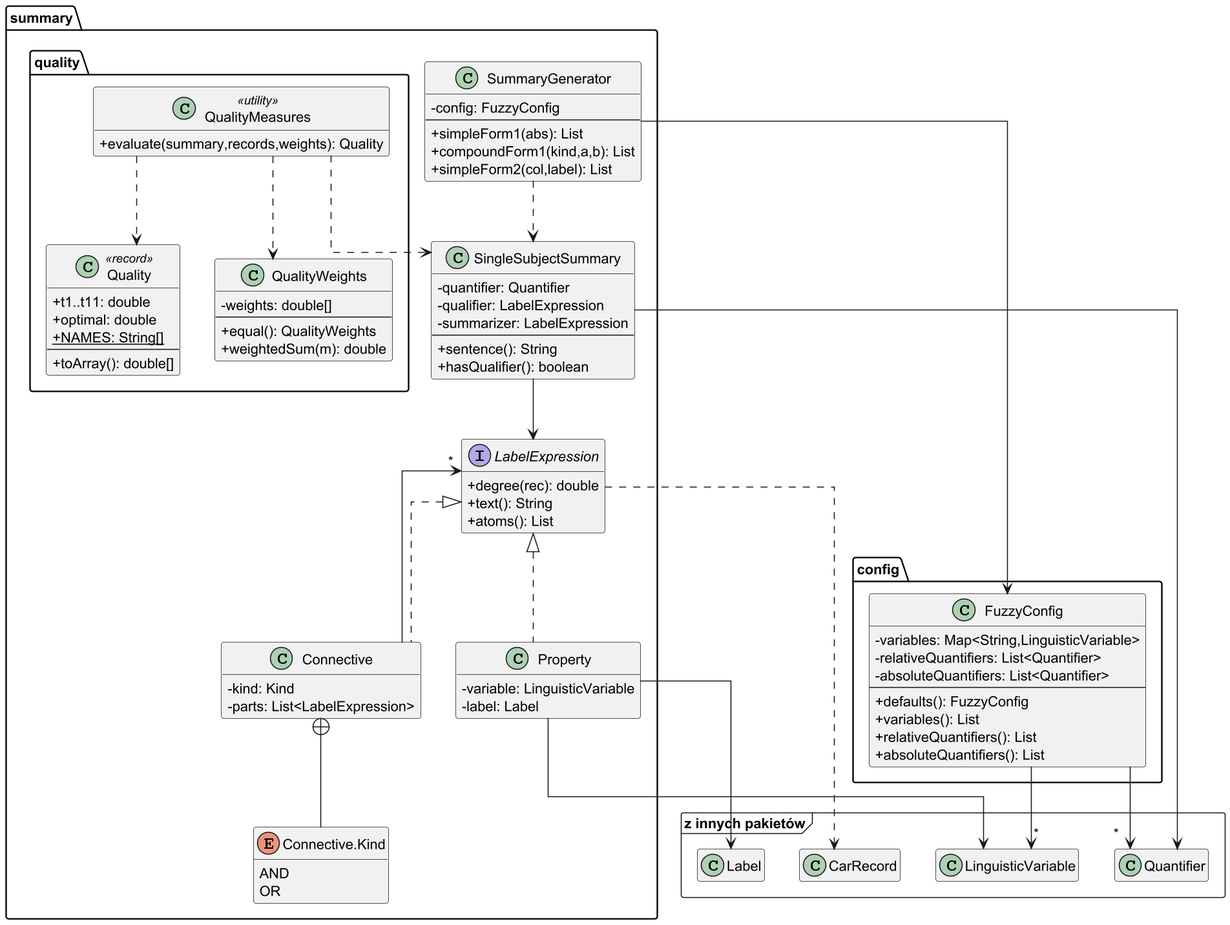
This is sprawozdanie/plots/uml_summary.png from MateuszKosowski/linguistic-summaries, a PlantUML export, as it was before one commit. Its diagram source:
```plantuml
@startuml uml_summary
skinparam dpi 150
skinparam linetype ortho
skinparam classAttributeIconSize 0
hide empty members

package "«z innych pakietów»" <<Frame>> {
  class LinguisticVariable
  class Label
  class Quantifier
  class CarRecord
}

package "config" {
  class FuzzyConfig {
    -variables: Map<String,LinguisticVariable>
    -relativeQuantifiers: List<Quantifier>
    -absoluteQuantifiers: List<Quantifier>
    --
    +defaults(): FuzzyConfig
    +variables(): List
    +relativeQuantifiers(): List
    +absoluteQuantifiers(): List
  }
}

package "summary" {
  interface LabelExpression {
    +degree(rec): double
    +text(): String
    +atoms(): List
  }
  class Property {
    -variable: LinguisticVariable
    -label: Label
  }
  enum "Connective.Kind" as ConnectiveKind {
    AND
    OR
  }
  class Connective {
    -kind: Kind
    -parts: List<LabelExpression>
  }
  class SingleSubjectSummary {
    -quantifier: Quantifier
    -qualifier: LabelExpression
    -summarizer: LabelExpression
    --
    +sentence(): String
    +hasQualifier(): boolean
  }
  class SummaryGenerator {
    -config: FuzzyConfig
    --
    +simpleForm1(abs): List
    +compoundForm1(kind,a,b): List
    +simpleForm2(col,label): List
  }
}

package "summary.quality" {
  class QualityMeasures <<utility>> {
    +evaluate(summary,records,weights): Quality
  }
  class Quality <<record>> {
    +t1..t11: double
    +optimal: double
    {static}+NAMES: String[]
    --
    +toArray(): double[]
  }
  class QualityWeights {
    -weights: double[]
    --
    +equal(): QualityWeights
    +weightedSum(m): double
  }
}

Connective +-- ConnectiveKind
LabelExpression <|.. Property
LabelExpression <|.. Connective
Property --> LinguisticVariable
Property --> Label
Connective --> "*" LabelExpression
SingleSubjectSummary --> Quantifier
SingleSubjectSummary --> LabelExpression
SummaryGenerator --> FuzzyConfig
SummaryGenerator ..> SingleSubjectSummary
FuzzyConfig --> "*" LinguisticVariable
FuzzyConfig --> "*" Quantifier
QualityMeasures ..> SingleSubjectSummary
QualityMeasures ..> Quality
QualityMeasures ..> QualityWeights
LabelExpression ..> CarRecord
@enduml
```
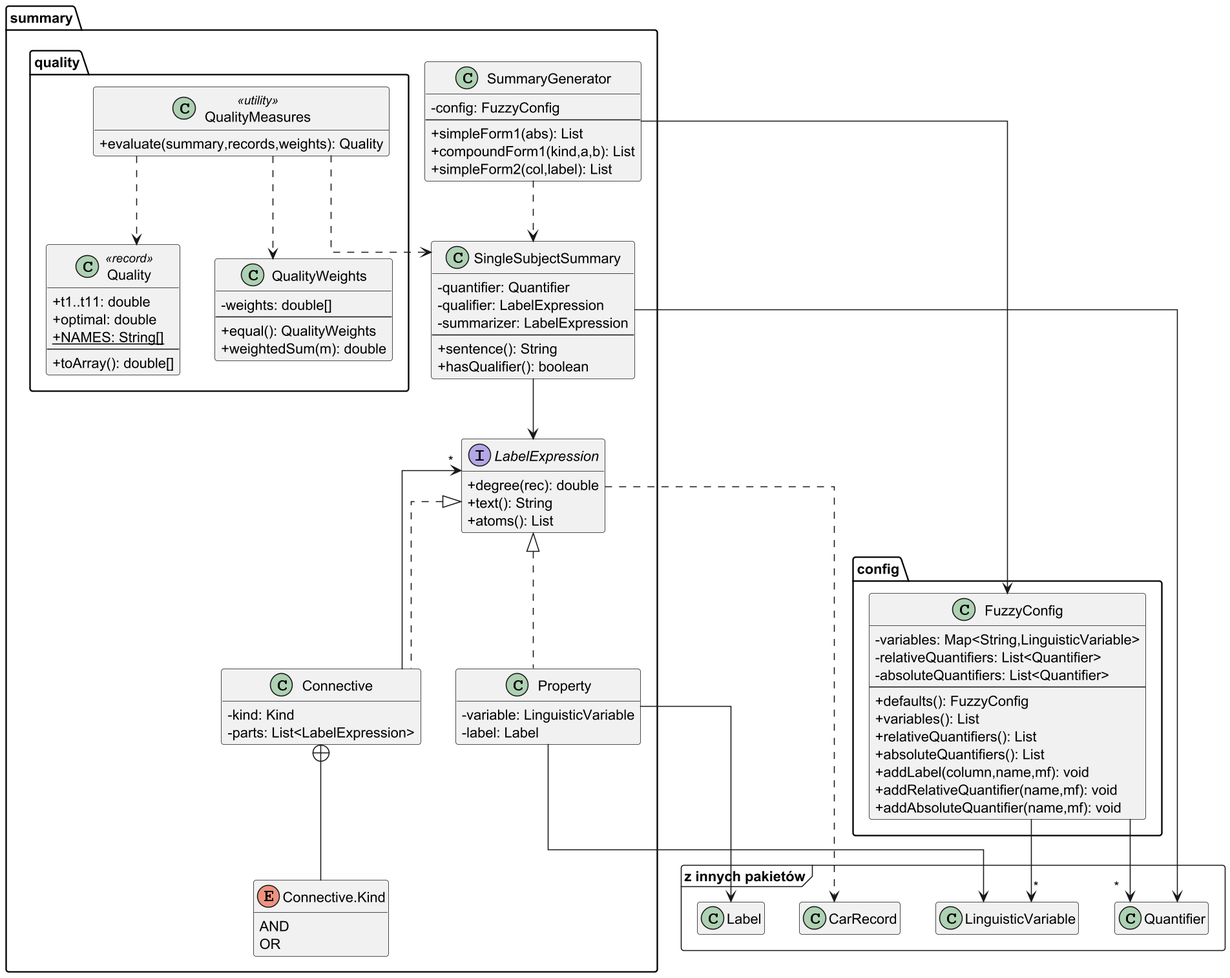
The same file after the commit.

Change to the diagram source:
```diff
@@ -21,6 +21,9 @@
     +variables(): List
     +relativeQuantifiers(): List
     +absoluteQuantifiers(): List
+    +addLabel(column,name,mf): void
+    +addRelativeQuantifier(name,mf): void
+    +addAbsoluteQuantifier(name,mf): void
   }
 }
 
```
